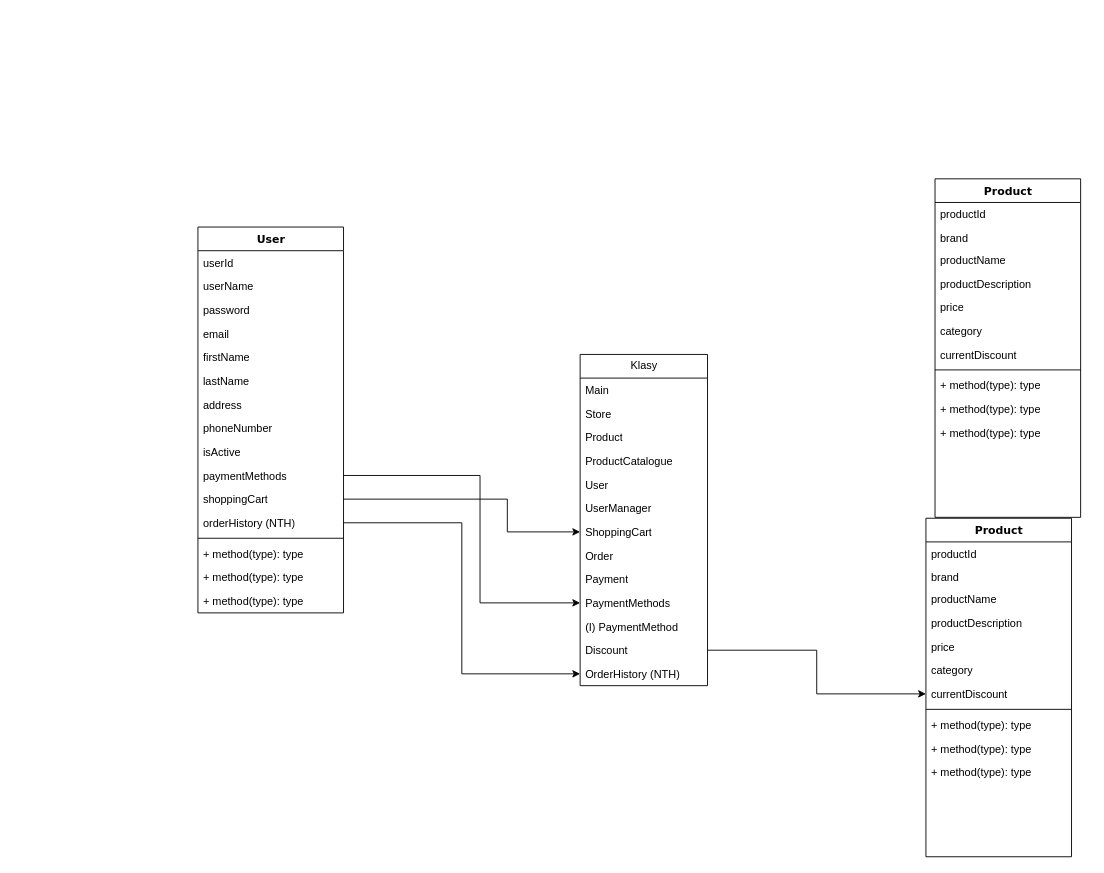
This is Diagram bez tytułu.drawio from barokimPL/drawIoProjekt, a draw.io file, before an edit. Source tidied: cells renumbered, new cells numbered last; positions are measured from the earlier drawing's top-left corner, leaving out a move shared by most shapes. Both pictures are drawn from the tidied source at 91%, with x=0, y=0 at pixel (197, 178).
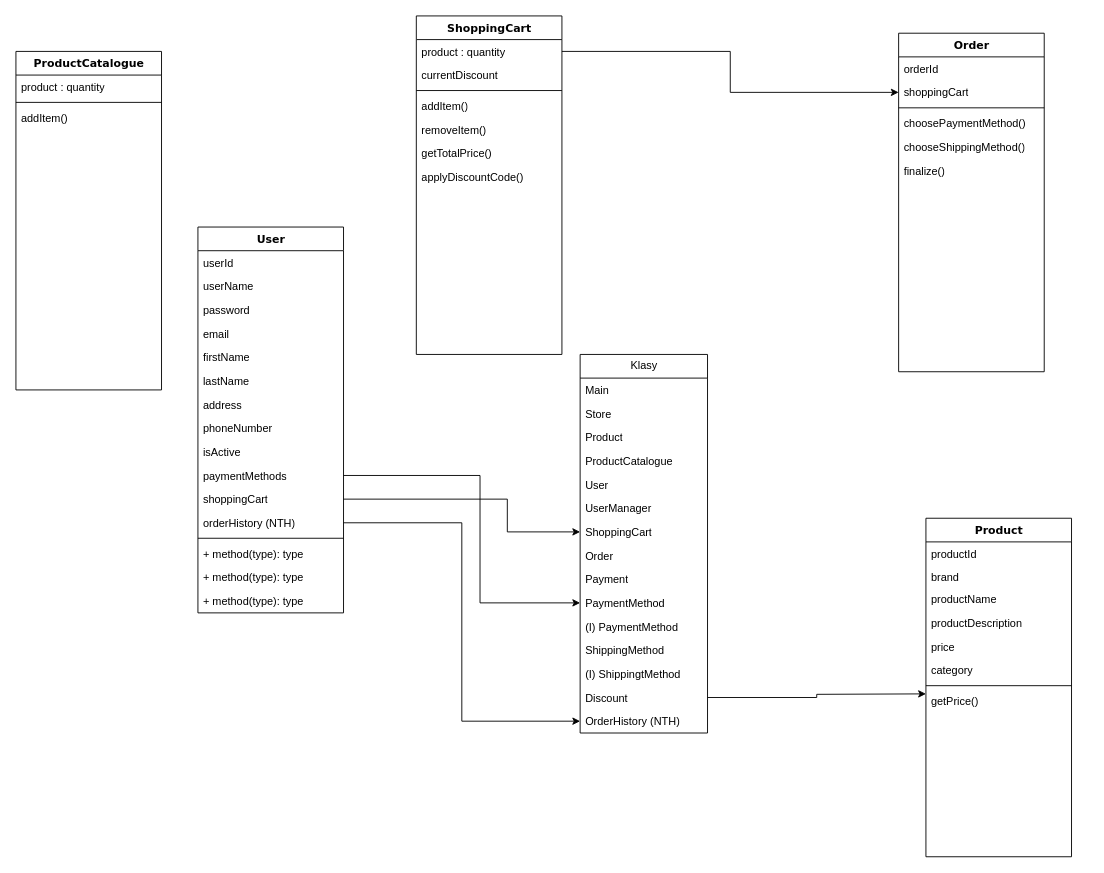
The same diagram, later.

The change refers to these unchanged cells:
```xml
<mxCell id="34" value="Product" style="swimlane;html=1;fontStyle=1;align=center;verticalAlign=top;horizontal=1;startSize=26;swimlaneFillColor=#ffffff;rounded=0;shadow=0;comic=0;labelBackgroundColor=none;strokeWidth=1;fillColor=none;fontFamily=Verdana;fontSize=12;" parent="1" vertex="1">
  <mxGeometry x="800" y="373" width="160" height="372" as="geometry" />
</mxCell>
```

Diff of the diagram source:
```diff
@@
     <mxCell id="20" value="&lt;div&gt;Klasy&lt;/div&gt;" style="swimlane;fontStyle=0;horizontal=1;startSize=26;fillColor=none;html=1;" parent="1" vertex="1">
-      <mxGeometry x="420" y="193" width="140" height="364" as="geometry" />
+      <mxGeometry x="420" y="193" width="140" height="416" as="geometry" />
     </mxCell>
@@
-    <mxCell id="30" value="PaymentMethods" style="text;strokeColor=none;fillColor=none;align=left;verticalAlign=top;spacingLeft=4;spacingRight=4;overflow=hidden;points=[[0,0.5],[1,0.5]];portConstraint=eastwest;whiteSpace=wrap;html=1;" parent="20" vertex="1">
+    <mxCell id="30" value="PaymentMethod" style="text;strokeColor=none;fillColor=none;align=left;verticalAlign=top;spacingLeft=4;spacingRight=4;overflow=hidden;points=[[0,0.5],[1,0.5]];portConstraint=eastwest;whiteSpace=wrap;html=1;" parent="20" vertex="1">
       <mxGeometry y="260" width="140" height="26" as="geometry" />
     </mxCell>
@@
+    <mxCell id="64" value="ShippingMethod" style="text;strokeColor=none;fillColor=none;align=left;verticalAlign=top;spacingLeft=4;spacingRight=4;overflow=hidden;whiteSpace=wrap;html=1;" parent="20" vertex="1">
+      <mxGeometry y="312" width="140" height="26" as="geometry" />
+    </mxCell>
+    <mxCell id="65" value="(I) ShippingtMethod" style="text;strokeColor=none;fillColor=none;align=left;verticalAlign=top;spacingLeft=4;spacingRight=4;overflow=hidden;whiteSpace=wrap;html=1;" parent="20" vertex="1">
+      <mxGeometry y="338" width="140" height="26" as="geometry" />
+    </mxCell>
     <mxCell id="32" value="Discount" style="text;strokeColor=none;fillColor=none;align=left;verticalAlign=top;spacingLeft=4;spacingRight=4;overflow=hidden;points=[[0,0.5],[1,0.5]];portConstraint=eastwest;whiteSpace=wrap;html=1;" parent="20" vertex="1">
-      <mxGeometry y="312" width="140" height="26" as="geometry" />
+      <mxGeometry y="364" width="140" height="26" as="geometry" />
     </mxCell>
     <mxCell id="33" value="OrderHistory (NTH)" style="text;strokeColor=none;fillColor=none;align=left;verticalAlign=top;spacingLeft=4;spacingRight=4;overflow=hidden;points=[[0,0.5],[1,0.5]];portConstraint=eastwest;whiteSpace=wrap;html=1;" parent="20" vertex="1">
-      <mxGeometry y="338" width="140" height="26" as="geometry" />
+      <mxGeometry y="390" width="140" height="26" as="geometry" />
     </mxCell>
@@
-    <mxCell id="41" value="currentDiscount" style="text;html=1;strokeColor=none;fillColor=none;align=left;verticalAlign=top;spacingLeft=4;spacingRight=4;whiteSpace=wrap;overflow=hidden;points=[[0,0.5],[1,0.5]];portConstraint=eastwest;" parent="34" vertex="1">
-      <mxGeometry y="180" width="160" height="26" as="geometry" />
-    </mxCell>
     <mxCell id="42" style="line;html=1;strokeWidth=1;fillColor=none;align=left;verticalAlign=middle;spacingTop=-1;spacingLeft=3;spacingRight=3;labelPosition=right;" parent="34" vertex="1">
-      <mxGeometry y="206" width="160" height="8" as="geometry" />
+      <mxGeometry y="180" width="160" height="8" as="geometry" />
     </mxCell>
-    <mxCell id="43" value="+ method(type): type" style="text;html=1;strokeColor=none;fillColor=none;align=left;verticalAlign=top;spacingLeft=4;spacingRight=4;whiteSpace=wrap;overflow=hidden;" parent="34" vertex="1">
-      <mxGeometry y="214" width="160" height="26" as="geometry" />
-    </mxCell>
-    <mxCell id="44" value="+ method(type): type" style="text;html=1;strokeColor=none;fillColor=none;align=left;verticalAlign=top;spacingLeft=4;spacingRight=4;whiteSpace=wrap;overflow=hidden;" parent="34" vertex="1">
-      <mxGeometry y="240" width="160" height="26" as="geometry" />
-    </mxCell>
-    <mxCell id="45" value="+ method(type): type" style="text;html=1;strokeColor=none;fillColor=none;align=left;verticalAlign=top;spacingLeft=4;spacingRight=4;whiteSpace=wrap;overflow=hidden;" parent="34" vertex="1">
-      <mxGeometry y="266" width="160" height="26" as="geometry" />
+    <mxCell id="45" value="getPrice()" style="text;html=1;strokeColor=none;fillColor=none;align=left;verticalAlign=top;spacingLeft=4;spacingRight=4;whiteSpace=wrap;overflow=hidden;" parent="34" vertex="1">
+      <mxGeometry y="188" width="160" height="26" as="geometry" />
     </mxCell>
@@
-    <mxCell id="50" style="edgeStyle=orthogonalEdgeStyle;rounded=0;jettySize=auto;html=1;" parent="1" edge="1" source="32" target="41">
-      <mxGeometry relative="1" as="geometry" />
+    <mxCell id="50" style="edgeStyle=orthogonalEdgeStyle;rounded=0;jettySize=auto;html=1;" parent="1" edge="1" source="32">
+      <mxGeometry relative="1" as="geometry">
+        <mxPoint x="800" y="566" as="targetPoint" />
+      </mxGeometry>
     </mxCell>
-    <mxCell id="51" value="Product" style="swimlane;html=1;fontStyle=1;align=center;verticalAlign=top;horizontal=1;startSize=26;swimlaneFillColor=#ffffff;rounded=0;shadow=0;comic=0;labelBackgroundColor=none;strokeWidth=1;fillColor=none;fontFamily=Verdana;fontSize=12;" parent="1" vertex="1">
-      <mxGeometry x="810" width="160" height="372" as="geometry" />
+    <mxCell id="51" value="Order" style="swimlane;html=1;fontStyle=1;align=center;verticalAlign=top;horizontal=1;startSize=26;swimlaneFillColor=#ffffff;rounded=0;shadow=0;comic=0;labelBackgroundColor=none;strokeWidth=1;fillColor=none;fontFamily=Verdana;fontSize=12;" parent="1" vertex="1">
+      <mxGeometry x="770" y="-160" width="160" height="372" as="geometry" />
     </mxCell>
-    <mxCell id="52" value="productId" style="text;html=1;strokeColor=none;fillColor=none;align=left;verticalAlign=top;spacingLeft=4;spacingRight=4;whiteSpace=wrap;overflow=hidden;" parent="51" vertex="1">
+    <mxCell id="52" value="&lt;div&gt;orderId&lt;/div&gt;" style="text;html=1;strokeColor=none;fillColor=none;align=left;verticalAlign=top;spacingLeft=4;spacingRight=4;whiteSpace=wrap;overflow=hidden;" parent="51" vertex="1">
       <mxGeometry y="26" width="160" height="26" as="geometry" />
     </mxCell>
-    <mxCell id="53" value="brand" style="text;html=1;strokeColor=none;fillColor=none;align=left;verticalAlign=top;spacingLeft=4;spacingRight=4;whiteSpace=wrap;overflow=hidden;" parent="51" vertex="1">
-      <mxGeometry y="52" width="160" height="24" as="geometry" />
-    </mxCell>
-    <mxCell id="54" value="productName" style="text;html=1;strokeColor=none;fillColor=none;align=left;verticalAlign=top;spacingLeft=4;spacingRight=4;whiteSpace=wrap;overflow=hidden;" parent="51" vertex="1">
-      <mxGeometry y="76" width="160" height="26" as="geometry" />
-    </mxCell>
-    <mxCell id="55" value="productDescription" style="text;html=1;strokeColor=none;fillColor=none;align=left;verticalAlign=top;spacingLeft=4;spacingRight=4;whiteSpace=wrap;overflow=hidden;" parent="51" vertex="1">
-      <mxGeometry y="102" width="160" height="26" as="geometry" />
-    </mxCell>
-    <mxCell id="56" value="price" style="text;html=1;strokeColor=none;fillColor=none;align=left;verticalAlign=top;spacingLeft=4;spacingRight=4;whiteSpace=wrap;overflow=hidden;" parent="51" vertex="1">
-      <mxGeometry y="128" width="160" height="26" as="geometry" />
-    </mxCell>
-    <mxCell id="57" value="category" style="text;html=1;strokeColor=none;fillColor=none;align=left;verticalAlign=top;spacingLeft=4;spacingRight=4;whiteSpace=wrap;overflow=hidden;" parent="51" vertex="1">
-      <mxGeometry y="154" width="160" height="26" as="geometry" />
-    </mxCell>
-    <mxCell id="58" value="currentDiscount" style="text;html=1;strokeColor=none;fillColor=none;align=left;verticalAlign=top;spacingLeft=4;spacingRight=4;whiteSpace=wrap;overflow=hidden;" parent="51" vertex="1">
-      <mxGeometry y="180" width="160" height="26" as="geometry" />
-    </mxCell>
+    <mxCell id="66" value="shoppingCart" style="text;html=1;strokeColor=none;fillColor=none;align=left;verticalAlign=top;spacingLeft=4;spacingRight=4;whiteSpace=wrap;overflow=hidden;points=[[0,0.5],[1,0.5]];portConstraint=eastwest;" parent="51" vertex="1">
+      <mxGeometry y="52" width="160" height="26" as="geometry" />
+    </mxCell>
     <mxCell id="59" style="line;html=1;strokeWidth=1;fillColor=none;align=left;verticalAlign=middle;spacingTop=-1;spacingLeft=3;spacingRight=3;labelPosition=right;" parent="51" vertex="1">
-      <mxGeometry y="206" width="160" height="8" as="geometry" />
+      <mxGeometry y="78" width="160" height="8" as="geometry" />
     </mxCell>
-    <mxCell id="60" value="+ method(type): type" style="text;html=1;strokeColor=none;fillColor=none;align=left;verticalAlign=top;spacingLeft=4;spacingRight=4;whiteSpace=wrap;overflow=hidden;" parent="51" vertex="1">
-      <mxGeometry y="214" width="160" height="26" as="geometry" />
+    <mxCell id="60" value="choosePaymentMethod()" style="text;html=1;strokeColor=none;fillColor=none;align=left;verticalAlign=top;spacingLeft=4;spacingRight=4;whiteSpace=wrap;overflow=hidden;" parent="51" vertex="1">
+      <mxGeometry y="86" width="160" height="26" as="geometry" />
     </mxCell>
-    <mxCell id="61" value="+ method(type): type" style="text;html=1;strokeColor=none;fillColor=none;align=left;verticalAlign=top;spacingLeft=4;spacingRight=4;whiteSpace=wrap;overflow=hidden;" parent="51" vertex="1">
-      <mxGeometry y="240" width="160" height="26" as="geometry" />
-    </mxCell>
-    <mxCell id="62" value="+ method(type): type" style="text;html=1;strokeColor=none;fillColor=none;align=left;verticalAlign=top;spacingLeft=4;spacingRight=4;whiteSpace=wrap;overflow=hidden;" parent="51" vertex="1">
-      <mxGeometry y="266" width="160" height="26" as="geometry" />
-    </mxCell>
+    <mxCell id="67" value="chooseShippingMethod()" style="text;html=1;strokeColor=none;fillColor=none;align=left;verticalAlign=top;spacingLeft=4;spacingRight=4;whiteSpace=wrap;overflow=hidden;" parent="51" vertex="1">
+      <mxGeometry y="112" width="160" height="26" as="geometry" />
+    </mxCell>
+    <mxCell id="68" value="finalize()" style="text;html=1;strokeColor=none;fillColor=none;align=left;verticalAlign=top;spacingLeft=4;spacingRight=4;whiteSpace=wrap;overflow=hidden;" parent="51" vertex="1">
+      <mxGeometry y="138" width="160" height="26" as="geometry" />
+    </mxCell>
@@
+    <mxCell id="69" value="ShoppingCart" style="swimlane;html=1;fontStyle=1;align=center;verticalAlign=top;horizontal=1;startSize=26;swimlaneFillColor=#ffffff;rounded=0;shadow=0;comic=0;labelBackgroundColor=none;strokeWidth=1;fillColor=none;fontFamily=Verdana;fontSize=12;" parent="1" vertex="1">
+      <mxGeometry x="240" y="-179" width="160" height="372" as="geometry" />
+    </mxCell>
+    <mxCell id="70" value="product : quantity" style="text;html=1;strokeColor=none;fillColor=none;align=left;verticalAlign=top;spacingLeft=4;spacingRight=4;whiteSpace=wrap;overflow=hidden;points=[[0,0.5],[1,0.5]];portConstraint=eastwest;" parent="69" vertex="1">
+      <mxGeometry y="26" width="160" height="26" as="geometry" />
+    </mxCell>
+    <mxCell id="71" value="currentDiscount" style="text;html=1;strokeColor=none;fillColor=none;align=left;verticalAlign=top;spacingLeft=4;spacingRight=4;whiteSpace=wrap;overflow=hidden;" parent="69" vertex="1">
+      <mxGeometry y="52" width="160" height="26" as="geometry" />
+    </mxCell>
+    <mxCell id="72" style="line;html=1;strokeWidth=1;fillColor=none;align=left;verticalAlign=middle;spacingTop=-1;spacingLeft=3;spacingRight=3;labelPosition=right;" parent="69" vertex="1">
+      <mxGeometry y="78" width="160" height="8" as="geometry" />
+    </mxCell>
+    <mxCell id="73" value="&lt;div&gt;addItem()&lt;br&gt;&lt;/div&gt;" style="text;html=1;strokeColor=none;fillColor=none;align=left;verticalAlign=top;spacingLeft=4;spacingRight=4;whiteSpace=wrap;overflow=hidden;" parent="69" vertex="1">
+      <mxGeometry y="86" width="160" height="26" as="geometry" />
+    </mxCell>
+    <mxCell id="74" value="removeItem()" style="text;html=1;strokeColor=none;fillColor=none;align=left;verticalAlign=top;spacingLeft=4;spacingRight=4;whiteSpace=wrap;overflow=hidden;" parent="69" vertex="1">
+      <mxGeometry y="112" width="160" height="26" as="geometry" />
+    </mxCell>
+    <mxCell id="75" value="getTotalPrice()" style="text;html=1;strokeColor=none;fillColor=none;align=left;verticalAlign=top;spacingLeft=4;spacingRight=4;whiteSpace=wrap;overflow=hidden;" parent="69" vertex="1">
+      <mxGeometry y="138" width="160" height="26" as="geometry" />
+    </mxCell>
+    <mxCell id="76" value="applyDiscountCode()" style="text;html=1;strokeColor=none;fillColor=none;align=left;verticalAlign=top;spacingLeft=4;spacingRight=4;whiteSpace=wrap;overflow=hidden;" parent="69" vertex="1">
+      <mxGeometry y="164" width="160" height="26" as="geometry" />
+    </mxCell>
+    <mxCell id="77" style="edgeStyle=orthogonalEdgeStyle;rounded=0;orthogonalLoop=1;jettySize=auto;html=1;exitX=1;exitY=0.5;exitDx=0;exitDy=0;" parent="69" edge="1">
+      <mxGeometry relative="1" as="geometry">
+        <mxPoint x="160" y="39" as="sourcePoint" />
+        <mxPoint x="160" y="39" as="targetPoint" />
+      </mxGeometry>
+    </mxCell>
+    <mxCell id="78" style="edgeStyle=orthogonalEdgeStyle;rounded=0;jettySize=auto;html=1;entryX=0;entryY=0.5;entryDx=0;entryDy=0;" parent="1" edge="1" source="70" target="66">
+      <mxGeometry relative="1" as="geometry" />
+    </mxCell>
+    <mxCell id="79" value="ProductCatalogue" style="swimlane;html=1;fontStyle=1;align=center;verticalAlign=top;horizontal=1;startSize=26;swimlaneFillColor=#ffffff;rounded=0;shadow=0;comic=0;labelBackgroundColor=none;strokeWidth=1;fillColor=none;fontFamily=Verdana;fontSize=12;" parent="1" vertex="1">
+      <mxGeometry x="-200" y="-140" width="160" height="372" as="geometry" />
+    </mxCell>
+    <mxCell id="80" value="product : quantity" style="text;html=1;strokeColor=none;fillColor=none;align=left;verticalAlign=top;spacingLeft=4;spacingRight=4;whiteSpace=wrap;overflow=hidden;" parent="79" vertex="1">
+      <mxGeometry y="26" width="160" height="26" as="geometry" />
+    </mxCell>
+    <mxCell id="81" style="line;html=1;strokeWidth=1;fillColor=none;align=left;verticalAlign=middle;spacingTop=-1;spacingLeft=3;spacingRight=3;labelPosition=right;" parent="79" vertex="1">
+      <mxGeometry y="52" width="160" height="8" as="geometry" />
+    </mxCell>
+    <mxCell id="82" value="&lt;div&gt;addItem()&lt;br&gt;&lt;/div&gt;" style="text;html=1;strokeColor=none;fillColor=none;align=left;verticalAlign=top;spacingLeft=4;spacingRight=4;whiteSpace=wrap;overflow=hidden;" parent="79" vertex="1">
+      <mxGeometry y="60" width="160" height="26" as="geometry" />
+    </mxCell>
+    <mxCell id="83" style="edgeStyle=orthogonalEdgeStyle;rounded=0;orthogonalLoop=1;jettySize=auto;html=1;exitX=1;exitY=0.5;exitDx=0;exitDy=0;" parent="79" edge="1">
+      <mxGeometry relative="1" as="geometry">
+        <mxPoint x="160" y="39" as="sourcePoint" />
+        <mxPoint x="160" y="39" as="targetPoint" />
+      </mxGeometry>
+    </mxCell>
```
